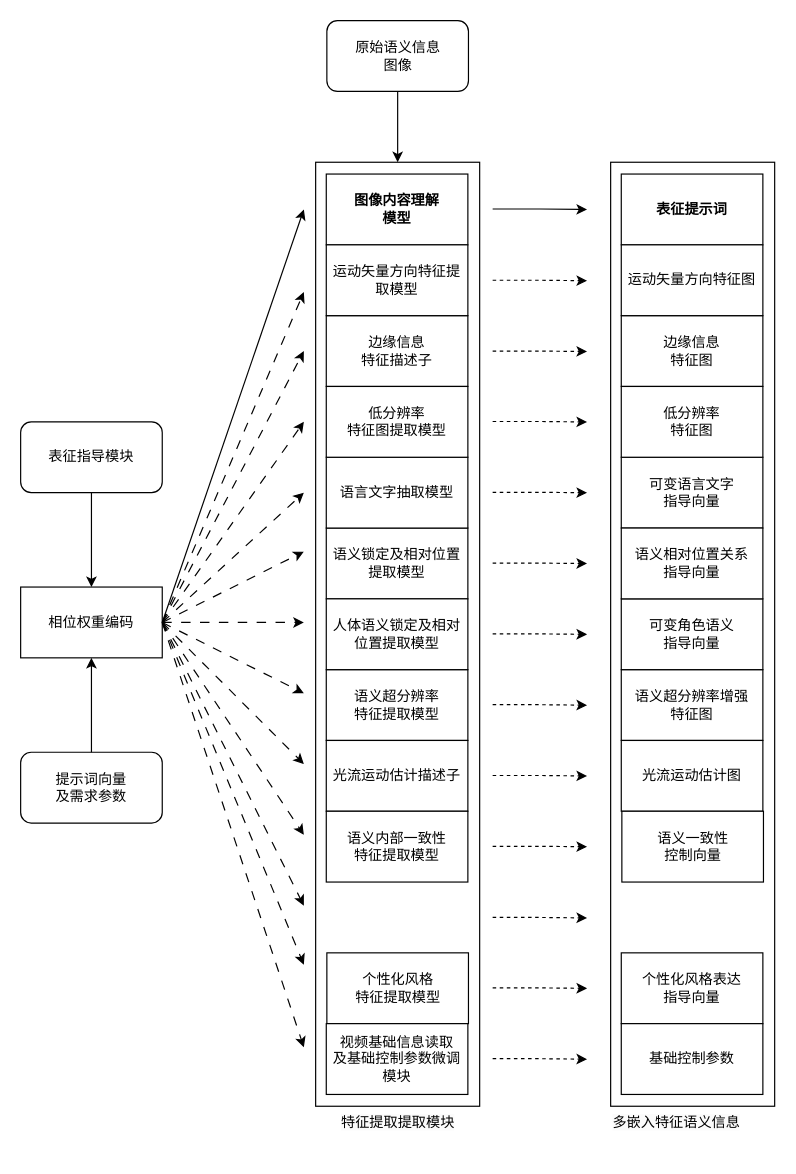
This is 图像提取模块.drawio from hrf666666/FlowCharts, a draw.io file, before an edit. Source tidied: cells renumbered, new cells numbered last; positions are measured from the earlier drawing's top-left corner, leaving out a move shared by most shapes. Both pictures are drawn from the tidied source at 118%, with x=0, y=0 at pixel (20, 20).
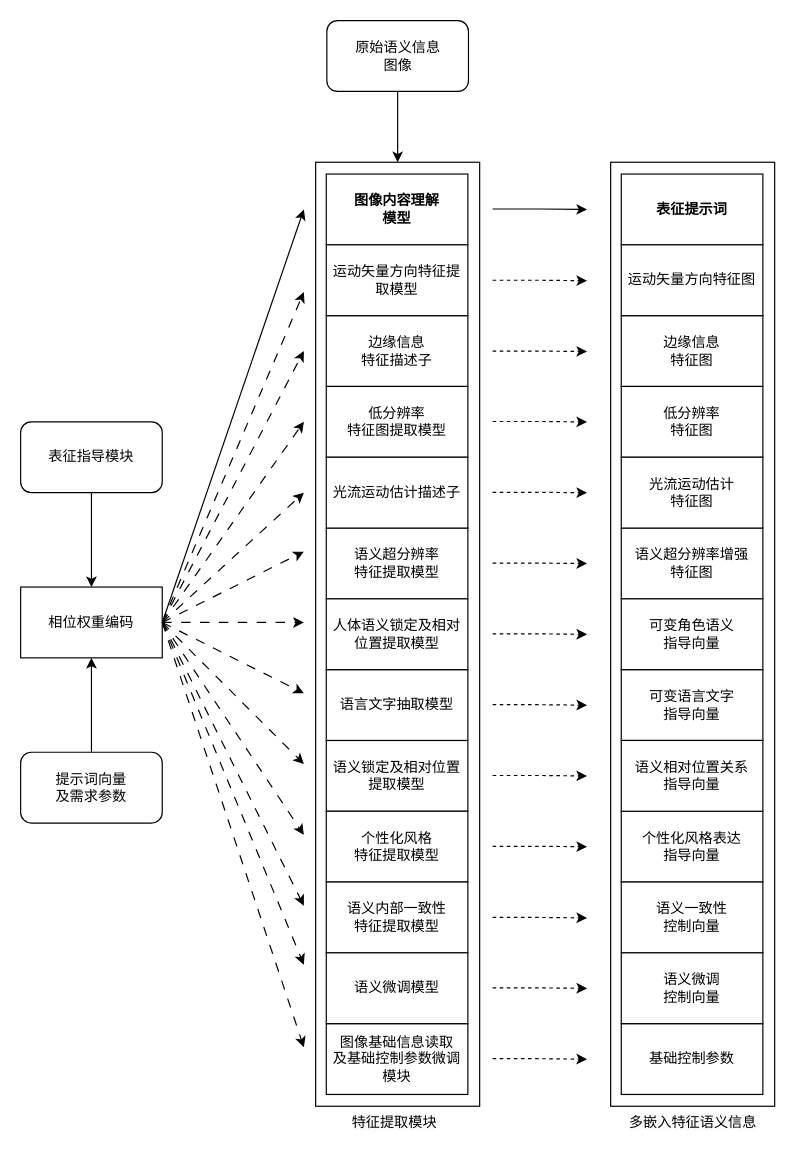
The same page after the edit.

Commit message:
更新图像提取模块.drawio

Change to the diagram source:
```diff
@@
-    <mxCell id="9" value="&lt;span style=&quot;color: rgb(0, 0, 0); font-family: Helvetica; font-size: 12px; font-style: normal; font-variant-ligatures: normal; font-variant-caps: normal; font-weight: 400; letter-spacing: normal; orphans: 2; text-align: center; text-indent: 0px; text-transform: none; widows: 2; word-spacing: 0px; -webkit-text-stroke-width: 0px; white-space: normal; background-color: rgb(251, 251, 251); text-decoration-thickness: initial; text-decoration-style: initial; text-decoration-color: initial; display: inline !important; float: none;&quot;&gt;特征提取提取模块&lt;/span&gt;" style="text;whiteSpace=wrap;html=1;" parent="1" vertex="1">
-      <mxGeometry x="270" y="920" width="130" height="40" as="geometry" />
+    <mxCell id="9" value="&lt;span style=&quot;color: rgb(0, 0, 0); font-family: Helvetica; font-size: 12px; font-style: normal; font-variant-ligatures: normal; font-variant-caps: normal; font-weight: 400; letter-spacing: normal; orphans: 2; text-align: center; text-indent: 0px; text-transform: none; widows: 2; word-spacing: 0px; -webkit-text-stroke-width: 0px; white-space: normal; background-color: rgb(251, 251, 251); text-decoration-thickness: initial; text-decoration-style: initial; text-decoration-color: initial; display: inline !important; float: none;&quot;&gt;特征提取模块&lt;/span&gt;" style="text;whiteSpace=wrap;html=1;" parent="1" vertex="1">
+      <mxGeometry x="279" y="920" width="80" height="40" as="geometry" />
     </mxCell>
@@
     <mxCell id="12" value="语义超分辨率增强&lt;div&gt;特征图&lt;/div&gt;" style="rounded=0;whiteSpace=wrap;html=1;" parent="1" vertex="1">
-      <mxGeometry x="509" y="550" width="120" height="60" as="geometry" />
+      <mxGeometry x="509" y="430" width="120" height="60" as="geometry" />
     </mxCell>
     <mxCell id="13" value="可变语言文字&lt;div&gt;指导向量&lt;/div&gt;" style="rounded=0;whiteSpace=wrap;html=1;" parent="1" vertex="1">
-      <mxGeometry x="509" y="370" width="120" height="60" as="geometry" />
+      <mxGeometry x="509" y="550" width="120" height="60" as="geometry" />
     </mxCell>
@@
     <mxCell id="15" value="&lt;div&gt;个性化风格表达&lt;/div&gt;&lt;div&gt;指导向量&lt;/div&gt;" style="rounded=0;whiteSpace=wrap;html=1;" parent="1" vertex="1">
-      <mxGeometry x="509" y="790" width="120" height="60" as="geometry" />
+      <mxGeometry x="509" y="670" width="120" height="60" as="geometry" />
     </mxCell>
@@
-    <mxCell id="18" value="&lt;div&gt;光流运动估计图&lt;/div&gt;" style="rounded=0;whiteSpace=wrap;html=1;" parent="1" vertex="1">
-      <mxGeometry x="509" y="610" width="120" height="60" as="geometry" />
+    <mxCell id="18" value="&lt;div&gt;光流运动估计&lt;/div&gt;&lt;div&gt;特征图&lt;/div&gt;" style="rounded=0;whiteSpace=wrap;html=1;" parent="1" vertex="1">
+      <mxGeometry x="509" y="370" width="120" height="60" as="geometry" />
     </mxCell>
     <mxCell id="19" value="&lt;div&gt;语义一致性&lt;/div&gt;&lt;div&gt;控制向量&lt;/div&gt;" style="rounded=0;whiteSpace=wrap;html=1;" parent="1" vertex="1">
-      <mxGeometry x="509.5" y="670" width="120" height="60" as="geometry" />
+      <mxGeometry x="509" y="730" width="120" height="60" as="geometry" />
     </mxCell>
@@
     <mxCell id="25" value="语义锁定及相对位置提取模型" style="rounded=0;whiteSpace=wrap;html=1;" parent="1" vertex="1">
-      <mxGeometry x="259" y="430" width="120" height="60" as="geometry" />
+      <mxGeometry x="259" y="610" width="120" height="60" as="geometry" />
     </mxCell>
     <mxCell id="26" value="语义超分辨率&lt;div&gt;特征提取模型&lt;/div&gt;" style="rounded=0;whiteSpace=wrap;html=1;" parent="1" vertex="1">
-      <mxGeometry x="259" y="550" width="120" height="60" as="geometry" />
+      <mxGeometry x="259" y="430" width="120" height="60" as="geometry" />
     </mxCell>
     <mxCell id="27" value="语言文字抽取&lt;span style=&quot;background-color: initial;&quot;&gt;模型&lt;/span&gt;" style="rounded=0;whiteSpace=wrap;html=1;" parent="1" vertex="1">
-      <mxGeometry x="259" y="370" width="120" height="60" as="geometry" />
+      <mxGeometry x="259" y="550" width="120" height="60" as="geometry" />
     </mxCell>
@@
     <mxCell id="29" value="&lt;div&gt;个性化风格&lt;/div&gt;&lt;div&gt;特征提取模型&lt;/div&gt;" style="rounded=0;whiteSpace=wrap;html=1;" parent="1" vertex="1">
-      <mxGeometry x="259.5" y="790" width="120" height="60" as="geometry" />
+      <mxGeometry x="259" y="670" width="120" height="60" as="geometry" />
     </mxCell>
@@
     <mxCell id="32" value="&lt;div&gt;光流运动估计描述子&lt;/div&gt;" style="rounded=0;whiteSpace=wrap;html=1;" parent="1" vertex="1">
-      <mxGeometry x="259" y="610" width="120" height="60" as="geometry" />
+      <mxGeometry x="259" y="370" width="120" height="60" as="geometry" />
     </mxCell>
     <mxCell id="33" value="&lt;div&gt;语义内部一致性&lt;/div&gt;&lt;div&gt;特征&lt;span style=&quot;background-color: initial;&quot;&gt;提取模型&lt;/span&gt;&lt;/div&gt;" style="rounded=0;whiteSpace=wrap;html=1;" parent="1" vertex="1">
-      <mxGeometry x="259" y="670" width="120" height="60" as="geometry" />
+      <mxGeometry x="259" y="730" width="120" height="60" as="geometry" />
     </mxCell>
-    <mxCell id="34" value="&lt;div&gt;视频基础信息读取&lt;/div&gt;&lt;div&gt;及基础控制参数微调模块&lt;/div&gt;" style="rounded=0;whiteSpace=wrap;html=1;" parent="1" vertex="1">
+    <mxCell id="34" value="&lt;div&gt;图像基础信息读取&lt;/div&gt;&lt;div&gt;及基础控制参数微调模块&lt;/div&gt;" style="rounded=0;whiteSpace=wrap;html=1;" parent="1" vertex="1">
       <mxGeometry x="259" y="850" width="120" height="60" as="geometry" />
     </mxCell>
     <mxCell id="35" value="&lt;span style=&quot;color: rgb(0, 0, 0); font-family: Helvetica; font-size: 12px; font-style: normal; font-variant-ligatures: normal; font-variant-caps: normal; font-weight: 400; letter-spacing: normal; orphans: 2; text-align: center; text-indent: 0px; text-transform: none; widows: 2; word-spacing: 0px; -webkit-text-stroke-width: 0px; white-space: normal; background-color: rgb(251, 251, 251); text-decoration-thickness: initial; text-decoration-style: initial; text-decoration-color: initial; display: inline !important; float: none;&quot;&gt;多嵌入特征语义信息&lt;/span&gt;" style="text;whiteSpace=wrap;html=1;" parent="1" vertex="1">
-      <mxGeometry x="500" y="920" width="140" height="40" as="geometry" />
+      <mxGeometry x="513.5" y="920" width="111" height="40" as="geometry" />
     </mxCell>
@@
     <mxCell id="62" value="语义相对位置关系&lt;div&gt;指导向量&lt;/div&gt;" style="rounded=0;whiteSpace=wrap;html=1;" parent="1" vertex="1">
-      <mxGeometry x="509" y="430" width="120" height="60" as="geometry" />
+      <mxGeometry x="509" y="610" width="120" height="60" as="geometry" />
     </mxCell>
+    <mxCell id="63" value="&lt;div&gt;&lt;span style=&quot;background-color: initial;&quot;&gt;语义微调模型&lt;/span&gt;&lt;br&gt;&lt;/div&gt;" style="rounded=0;whiteSpace=wrap;html=1;" parent="1" vertex="1">
+      <mxGeometry x="259" y="790" width="120" height="60" as="geometry" />
+    </mxCell>
+    <mxCell id="64" value="&lt;div&gt;语义微调&lt;/div&gt;&lt;div&gt;控制向量&lt;/div&gt;" style="rounded=0;whiteSpace=wrap;html=1;" parent="1" vertex="1">
+      <mxGeometry x="509" y="790" width="120" height="60" as="geometry" />
+    </mxCell>
```
